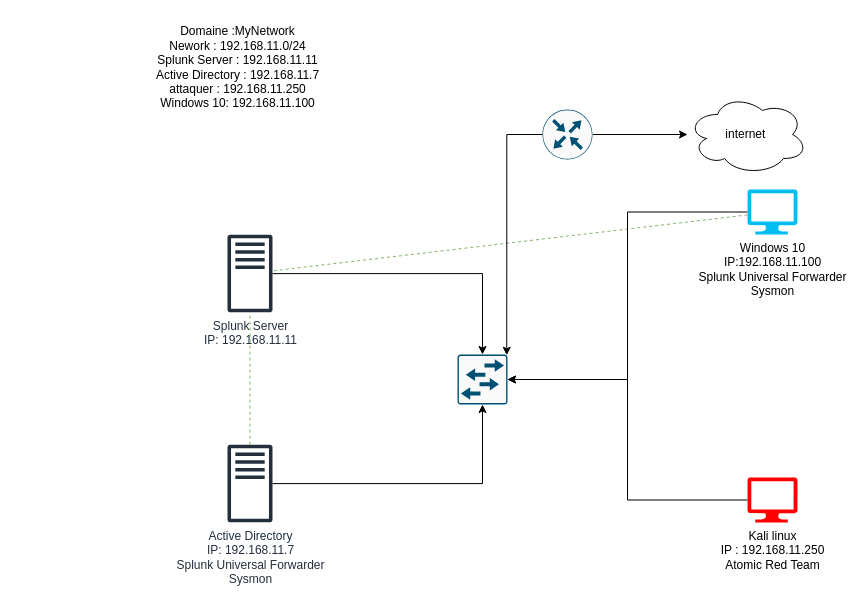
Above: Untitled Diagram.drawio in abdobzx/PFA_V2 (draw.io), before the change. Source tidied: cells renumbered, new cells numbered last; positions are measured from the earlier drawing's top-left corner, leaving out a move shared by most shapes. Both pictures are drawn from the tidied source at 100%, with x=0, y=0 at pixel (142, 17).
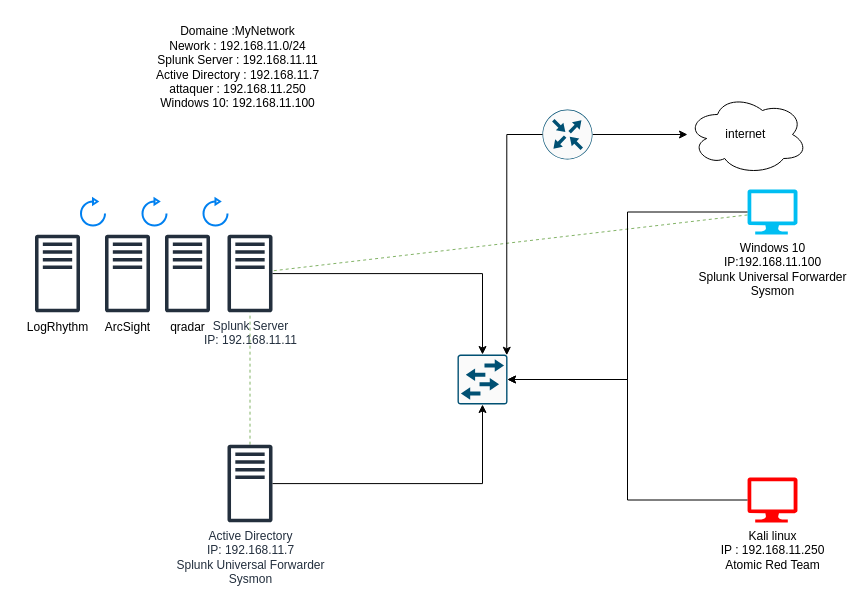
After the change.

Diff of the diagram source:
```diff
@@
+    <mxCell id="18" style="sketch=0;fontColor=#232F3E;gradientColor=none;fillColor=#232F3D;strokeColor=none;dashed=0;verticalLabelPosition=bottom;verticalAlign=top;align=center;html=1;fontSize=12;fontStyle=0;shape=mxgraph.aws4.traditional_server;" parent="1" vertex="1">
+      <mxGeometry x="22.5" y="217" width="45" height="78" as="geometry" />
+    </mxCell>
+    <mxCell id="19" style="sketch=0;fontColor=#232F3E;gradientColor=none;fillColor=#232F3D;strokeColor=none;dashed=0;verticalLabelPosition=bottom;verticalAlign=top;align=center;html=1;fontSize=12;fontStyle=0;shape=mxgraph.aws4.traditional_server;" parent="1" vertex="1">
+      <mxGeometry x="-37.5" y="217" width="45" height="78" as="geometry" />
+    </mxCell>
+    <mxCell id="20" value="qradar" style="text;html=1;align=center;verticalAlign=middle;strokeColor=none;fillColor=none;" parent="1" vertex="1">
+      <mxGeometry x="15" y="295" width="60" height="30" as="geometry" />
+    </mxCell>
+    <mxCell id="21" value="ArcSight" style="text;html=1;align=center;verticalAlign=middle;strokeColor=none;fillColor=none;" parent="1" vertex="1">
+      <mxGeometry x="-50" y="295" width="70" height="30" as="geometry" />
+    </mxCell>
+    <mxCell id="22" style="sketch=0;fontColor=#232F3E;gradientColor=none;fillColor=#232F3D;strokeColor=none;dashed=0;verticalLabelPosition=bottom;verticalAlign=top;align=center;html=1;fontSize=12;fontStyle=0;shape=mxgraph.aws4.traditional_server;" parent="1" vertex="1">
+      <mxGeometry x="-107.5" y="217" width="45" height="78" as="geometry" />
+    </mxCell>
+    <mxCell id="23" value="LogRhythm" style="text;html=1;align=center;verticalAlign=middle;strokeColor=none;fillColor=none;" parent="1" vertex="1">
+      <mxGeometry x="-125" y="295" width="80" height="30" as="geometry" />
+    </mxCell>
+    <mxCell id="24" style="html=1;verticalLabelPosition=bottom;align=center;labelBackgroundColor=#ffffff;verticalAlign=top;strokeWidth=2;strokeColor=#0080F0;shadow=0;dashed=0;shape=mxgraph.ios7.icons.reload;" parent="1" vertex="1">
+      <mxGeometry x="61" y="181" width="24" height="27" as="geometry" />
+    </mxCell>
+    <mxCell id="25" style="html=1;verticalLabelPosition=bottom;align=center;labelBackgroundColor=#ffffff;verticalAlign=top;strokeWidth=2;strokeColor=#0080F0;shadow=0;dashed=0;shape=mxgraph.ios7.icons.reload;" parent="1" vertex="1">
+      <mxGeometry y="181" width="24" height="27" as="geometry" />
+    </mxCell>
+    <mxCell id="26" style="html=1;verticalLabelPosition=bottom;align=center;labelBackgroundColor=#ffffff;verticalAlign=top;strokeWidth=2;strokeColor=#0080F0;shadow=0;dashed=0;shape=mxgraph.ios7.icons.reload;" parent="1" vertex="1">
+      <mxGeometry x="-61.5" y="181" width="24" height="27" as="geometry" />
+    </mxCell>
```
